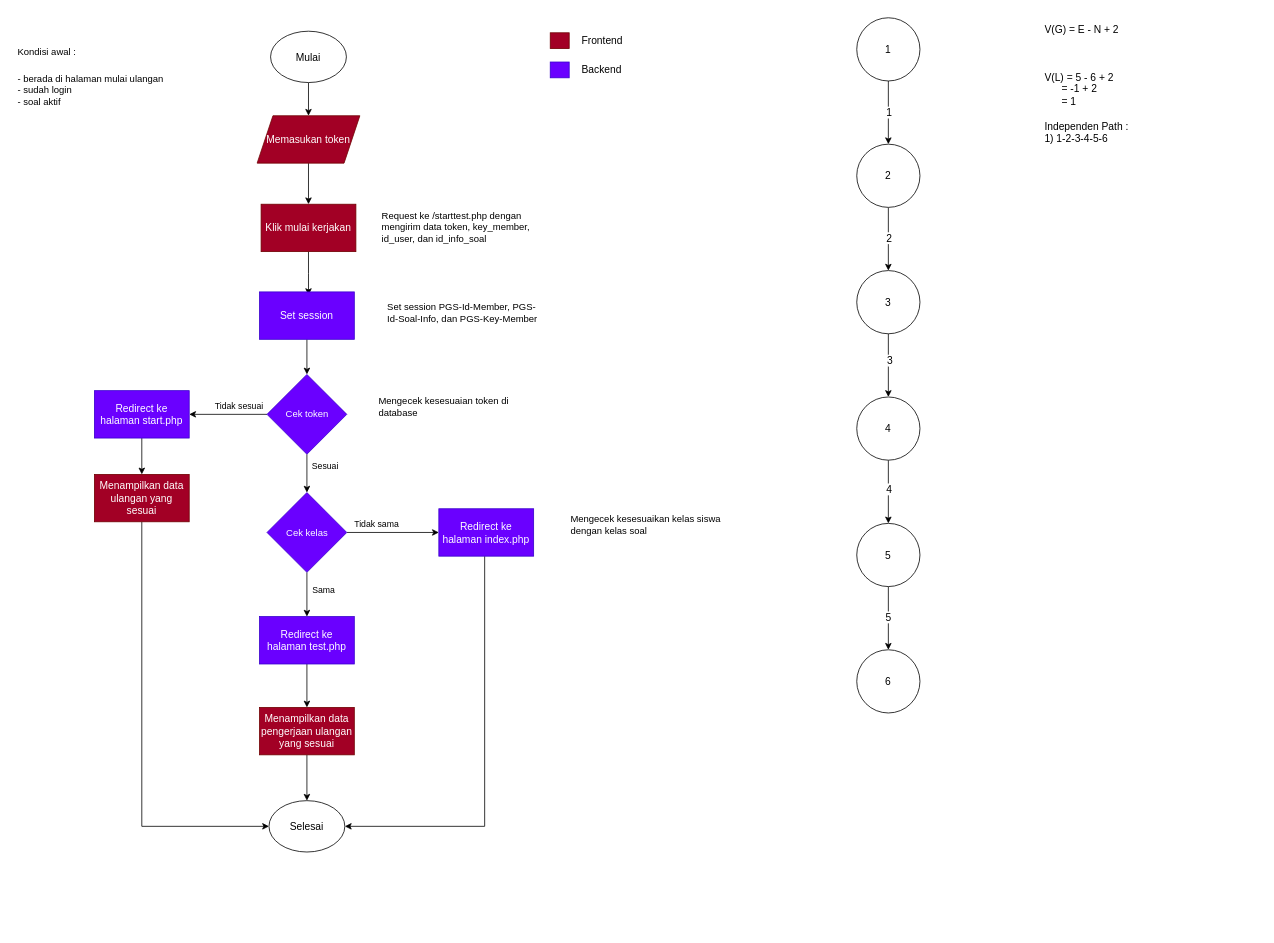
Earlier version of the draw.io diagram flowgraph/flowgraph-mulai-ulangan/flowgraph-mulai-ulangan.drawio (LRamdhan/white-box-testing-web-ulangan). Source tidied: cells renumbered, new cells numbered last; positions are measured from the earlier drawing's top-left corner, leaving out a move shared by most shapes. Both pictures are drawn from the tidied source at 79%, with x=0, y=0 at pixel (13, 17).
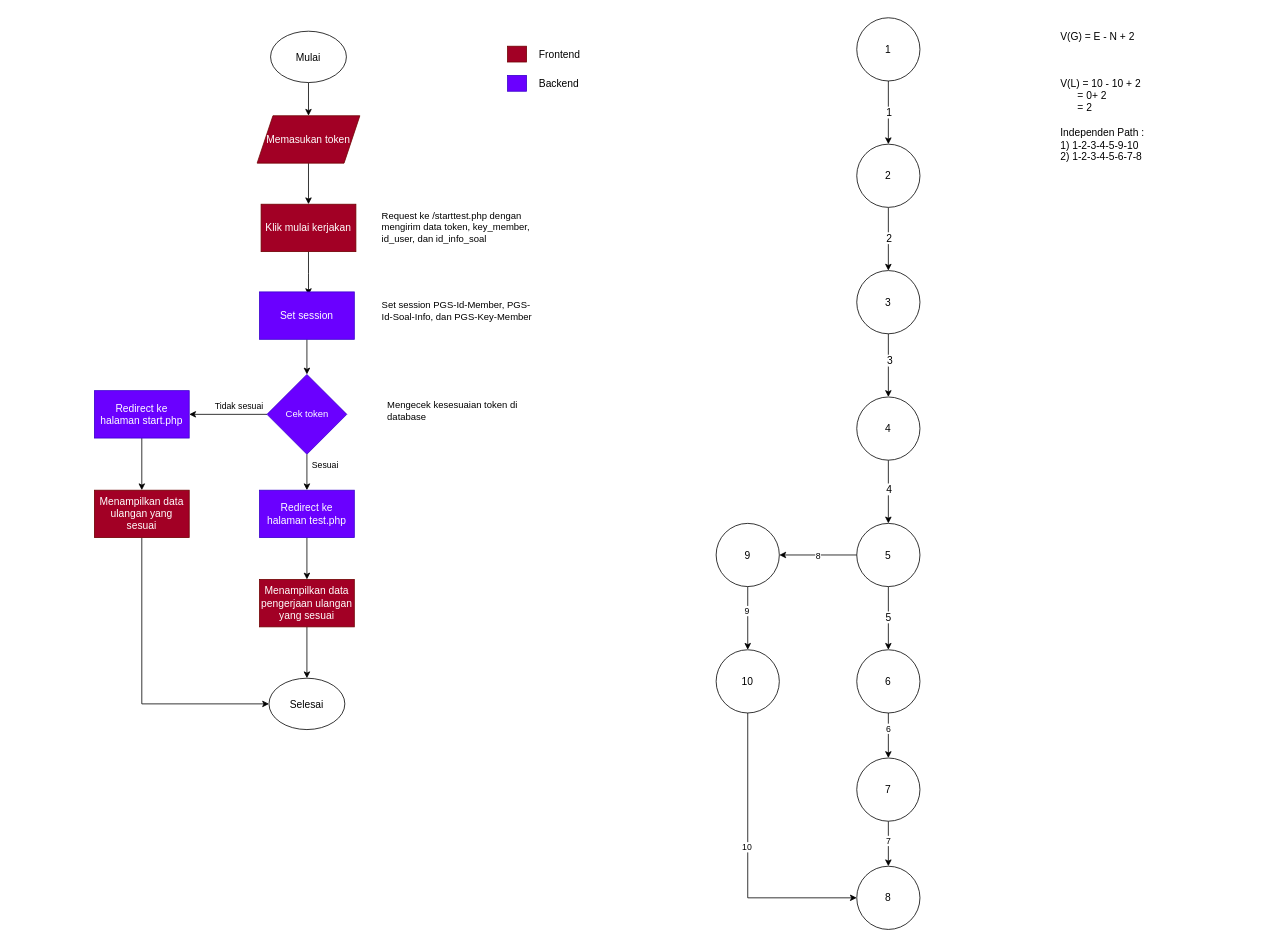
The same page after the edit.

Unchanged cells that the change refers to:
```xml
<mxCell id="29" value="5" style="ellipse;whiteSpace=wrap;html=1;fontSize=13;" parent="1" vertex="1">
  <mxGeometry x="1067" y="640" width="80" height="80" as="geometry" />
</mxCell>
<mxCell id="30" value="6" style="ellipse;whiteSpace=wrap;html=1;fontSize=13;" parent="1" vertex="1">
  <mxGeometry x="1067" y="800" width="80" height="80" as="geometry" />
</mxCell>
<mxCell id="41" value="Cek token" style="rhombus;whiteSpace=wrap;html=1;fillColor=#6a00ff;fontColor=#ffffff;strokeColor=#3700CC;" parent="1" vertex="1">
  <mxGeometry x="320.5" y="451.5" width="101" height="101" as="geometry" />
</mxCell>
```

What changed in the source:
```diff
@@
     <mxCell id="6" value="Selesai" style="ellipse;whiteSpace=wrap;html=1;fontSize=13;" parent="1" vertex="1">
-      <mxGeometry x="323" y="991" width="96" height="65" as="geometry" />
+      <mxGeometry x="323" y="836" width="96" height="65" as="geometry" />
     </mxCell>
@@
-    <mxCell id="9" value="&lt;h3 style=&quot;font-size: 13px;&quot;&gt;&lt;span style=&quot;font-weight: 400; font-size: 13px;&quot;&gt;&lt;font style=&quot;font-size: 13px;&quot;&gt;V(G) = E - N + 2&lt;/font&gt;&lt;/span&gt;&lt;/h3&gt;&lt;div style=&quot;font-size: 13px;&quot;&gt;&lt;span style=&quot;font-weight: 400; font-size: 13px;&quot;&gt;&lt;font style=&quot;font-size: 13px;&quot;&gt;&lt;br style=&quot;font-size: 13px;&quot;&gt;&lt;/font&gt;&lt;/span&gt;&lt;/div&gt;&lt;div style=&quot;font-size: 13px;&quot;&gt;&lt;span style=&quot;font-weight: 400; font-size: 13px;&quot;&gt;&lt;font style=&quot;font-size: 13px;&quot;&gt;&lt;br style=&quot;font-size: 13px;&quot;&gt;&lt;/font&gt;&lt;/span&gt;&lt;/div&gt;&lt;div style=&quot;font-size: 13px;&quot;&gt;&lt;span style=&quot;font-weight: 400; font-size: 13px;&quot;&gt;&lt;font style=&quot;font-size: 13px;&quot;&gt;V(L) = 5 - 6 + 2&lt;/font&gt;&lt;/span&gt;&lt;/div&gt;&lt;div style=&quot;font-size: 13px;&quot;&gt;&lt;span style=&quot;font-weight: 400; font-size: 13px;&quot;&gt;&lt;font style=&quot;font-size: 13px;&quot;&gt;&amp;nbsp;&amp;nbsp;&lt;span style=&quot;font-size: 13px;&quot;&gt;&lt;span style=&quot;white-space: pre; font-size: 13px;&quot;&gt;&amp;nbsp;&amp;nbsp;&amp;nbsp;&amp;nbsp;&lt;/span&gt;&lt;/span&gt;= -1 + 2&lt;/font&gt;&lt;/span&gt;&lt;/div&gt;&lt;div style=&quot;font-size: 13px;&quot;&gt;&lt;span style=&quot;font-weight: 400; font-size: 13px;&quot;&gt;&lt;font style=&quot;font-size: 13px;&quot;&gt;&lt;span style=&quot;font-size: 13px;&quot;&gt;&lt;span style=&quot;white-space: pre; font-size: 13px;&quot;&gt;&amp;nbsp;&amp;nbsp;&amp;nbsp;&amp;nbsp;  &lt;/span&gt;&lt;/span&gt;= 1&lt;br style=&quot;font-size: 13px;&quot;&gt;&lt;/font&gt;&lt;/span&gt;&lt;/div&gt;&lt;div style=&quot;font-size: 13px;&quot;&gt;&lt;span style=&quot;font-weight: 400; font-size: 13px;&quot;&gt;&lt;font style=&quot;font-size: 13px;&quot;&gt;&lt;br style=&quot;font-size: 13px;&quot;&gt;&lt;/font&gt;&lt;/span&gt;&lt;/div&gt;&lt;div style=&quot;font-size: 13px;&quot;&gt;&lt;font style=&quot;font-size: 13px;&quot;&gt;Independen Path :&lt;br style=&quot;font-size: 13px;&quot;&gt;&lt;/font&gt;&lt;div style=&quot;font-size: 13px;&quot;&gt;&lt;font style=&quot;font-size: 13px;&quot;&gt;1) 1-2-3-4-5-6&lt;/font&gt;&lt;/div&gt;&lt;/div&gt;" style="text;html=1;strokeColor=none;fillColor=none;spacing=5;spacingTop=-20;whiteSpace=wrap;overflow=hidden;rounded=0;fontSize=13;" parent="1" vertex="1">
-      <mxGeometry x="1300" y="5" width="258" height="299" as="geometry" />
+    <mxCell id="9" value="&lt;h3 style=&quot;font-size: 13px;&quot;&gt;&lt;span style=&quot;font-weight: 400; font-size: 13px;&quot;&gt;&lt;font style=&quot;font-size: 13px;&quot;&gt;V(G) = E - N + 2&lt;/font&gt;&lt;/span&gt;&lt;/h3&gt;&lt;div style=&quot;font-size: 13px;&quot;&gt;&lt;span style=&quot;font-weight: 400; font-size: 13px;&quot;&gt;&lt;font style=&quot;font-size: 13px;&quot;&gt;&lt;br style=&quot;font-size: 13px;&quot;&gt;&lt;/font&gt;&lt;/span&gt;&lt;/div&gt;&lt;div style=&quot;font-size: 13px;&quot;&gt;&lt;span style=&quot;font-weight: 400; font-size: 13px;&quot;&gt;&lt;font style=&quot;font-size: 13px;&quot;&gt;&lt;br style=&quot;font-size: 13px;&quot;&gt;&lt;/font&gt;&lt;/span&gt;&lt;/div&gt;&lt;div style=&quot;font-size: 13px;&quot;&gt;&lt;span style=&quot;font-weight: 400; font-size: 13px;&quot;&gt;&lt;font style=&quot;font-size: 13px;&quot;&gt;V(L) = 10 - 10 + 2&lt;/font&gt;&lt;/span&gt;&lt;/div&gt;&lt;div style=&quot;font-size: 13px;&quot;&gt;&lt;span style=&quot;font-weight: 400; font-size: 13px;&quot;&gt;&lt;font style=&quot;font-size: 13px;&quot;&gt;&amp;nbsp;&amp;nbsp;&lt;span style=&quot;font-size: 13px;&quot;&gt;&lt;span style=&quot;white-space: pre; font-size: 13px;&quot;&gt;&amp;nbsp;&amp;nbsp;&amp;nbsp;&amp;nbsp;&lt;/span&gt;&lt;/span&gt;= 0+ 2&lt;/font&gt;&lt;/span&gt;&lt;/div&gt;&lt;div style=&quot;font-size: 13px;&quot;&gt;&lt;span style=&quot;font-weight: 400; font-size: 13px;&quot;&gt;&lt;font style=&quot;font-size: 13px;&quot;&gt;&lt;span style=&quot;font-size: 13px;&quot;&gt;&lt;span style=&quot;white-space: pre; font-size: 13px;&quot;&gt;&amp;nbsp;&amp;nbsp;&amp;nbsp;&amp;nbsp;  &lt;/span&gt;&lt;/span&gt;= 2&lt;br style=&quot;font-size: 13px;&quot;&gt;&lt;/font&gt;&lt;/span&gt;&lt;/div&gt;&lt;div style=&quot;font-size: 13px;&quot;&gt;&lt;span style=&quot;font-weight: 400; font-size: 13px;&quot;&gt;&lt;font style=&quot;font-size: 13px;&quot;&gt;&lt;br style=&quot;font-size: 13px;&quot;&gt;&lt;/font&gt;&lt;/span&gt;&lt;/div&gt;&lt;div style=&quot;font-size: 13px;&quot;&gt;&lt;font style=&quot;font-size: 13px;&quot;&gt;Independen Path :&lt;br style=&quot;font-size: 13px;&quot;&gt;&lt;/font&gt;&lt;div style=&quot;font-size: 13px;&quot;&gt;&lt;font style=&quot;font-size: 13px;&quot;&gt;1) 1-2-3-4-5-9-10&lt;/font&gt;&lt;/div&gt;&lt;div style=&quot;font-size: 13px;&quot;&gt;&lt;font style=&quot;font-size: 13px;&quot;&gt;2) 1-2-3-4-5-6-7-8&lt;/font&gt;&lt;/div&gt;&lt;/div&gt;" style="text;html=1;strokeColor=none;fillColor=none;spacing=5;spacingTop=-20;whiteSpace=wrap;overflow=hidden;rounded=0;fontSize=13;" parent="1" vertex="1">
+      <mxGeometry x="1320" y="13" width="258" height="299" as="geometry" />
     </mxCell>
     <mxCell id="10" style="group;fontSize=13;" parent="1" vertex="1">
-      <mxGeometry x="679" y="14" width="98" height="67" as="geometry" />
+      <mxGeometry x="625" y="31" width="98" height="67" as="geometry" />
     </mxCell>
@@
+    <mxCell id="59" style="edgeStyle=orthogonalEdgeStyle;rounded=0;jettySize=auto;html=1;entryX=1;entryY=0.5;entryDx=0;entryDy=0;" parent="1" edge="1" source="29" target="69">
+      <mxGeometry relative="1" as="geometry" />
+    </mxCell>
+    <mxCell id="60" value="8" style="edgeLabel;html=1;align=center;verticalAlign=middle;" parent="59" vertex="1">
+      <mxGeometry x="0.03" y="1" relative="1" as="geometry" />
+    </mxCell>
@@
+    <mxCell id="61" style="edgeStyle=orthogonalEdgeStyle;rounded=0;jettySize=auto;html=1;entryX=0.5;entryY=0;entryDx=0;entryDy=0;" parent="1" edge="1" source="30" target="65">
+      <mxGeometry relative="1" as="geometry" />
+    </mxCell>
+    <mxCell id="62" value="6" style="edgeLabel;html=1;align=center;verticalAlign=middle;" parent="61" vertex="1">
+      <mxGeometry x="-0.35" y="-1" relative="1" as="geometry" />
+    </mxCell>
@@
-    <mxCell id="33" value="&lt;h1&gt;&lt;span style=&quot;font-size: 12px; font-weight: 400;&quot;&gt;Kondisi awal :&lt;/span&gt;&lt;/h1&gt;&lt;div&gt;&lt;span style=&quot;font-size: 12px; font-weight: 400;&quot;&gt;- berada di halaman mulai ulangan&lt;/span&gt;&lt;/div&gt;&lt;div&gt;&lt;span style=&quot;font-size: 12px; font-weight: 400;&quot;&gt;- sudah login&lt;/span&gt;&lt;/div&gt;&lt;div&gt;&lt;span style=&quot;font-size: 12px; font-weight: 400;&quot;&gt;- soal aktif&lt;/span&gt;&lt;/div&gt;" style="text;html=1;strokeColor=none;fillColor=none;spacing=5;spacingTop=-20;whiteSpace=wrap;overflow=hidden;rounded=0;" parent="1" vertex="1">
-      <mxGeometry y="20" width="205" height="109" as="geometry" />
-    </mxCell>
@@
     <mxCell id="36" value="Set session PGS-Id-Member, PGS-Id-Soal-Info, dan PGS-Key-Member" style="text;html=1;strokeColor=none;fillColor=none;spacing=0;spacingTop=-20;overflow=hidden;rounded=0;whiteSpace=wrap;labelPosition=center;verticalLabelPosition=middle;align=left;verticalAlign=middle;horizontal=1;" parent="1" vertex="1">
-      <mxGeometry x="473" y="338" width="190" height="90" as="geometry" />
+      <mxGeometry x="466" y="336" width="190" height="90" as="geometry" />
     </mxCell>
@@
-    <mxCell id="39" style="edgeStyle=orthogonalEdgeStyle;rounded=0;jettySize=auto;html=1;entryX=0.5;entryY=0;entryDx=0;entryDy=0;" parent="1" edge="1" source="41" target="51">
+    <mxCell id="39" style="edgeStyle=orthogonalEdgeStyle;rounded=0;jettySize=auto;html=1;entryX=0.5;entryY=0;entryDx=0;entryDy=0;" parent="1" edge="1" source="41" target="56">
       <mxGeometry relative="1" as="geometry" />
     </mxCell>
@@
     <mxCell id="42" value="Mengecek kesesuaian token di database" style="text;html=1;strokeColor=none;fillColor=none;spacing=0;spacingTop=-20;overflow=hidden;rounded=0;whiteSpace=wrap;labelPosition=center;verticalLabelPosition=middle;align=left;verticalAlign=middle;horizontal=1;" parent="1" vertex="1">
-      <mxGeometry x="462" y="457" width="190" height="90" as="geometry" />
+      <mxGeometry x="473" y="462.5" width="190" height="90" as="geometry" />
     </mxCell>
@@
     <mxCell id="46" value="Menampilkan data ulangan yang sesuai" style="rounded=0;whiteSpace=wrap;html=1;fillColor=#a20025;fontColor=#ffffff;strokeColor=#6F0000;fontSize=13;" parent="1" vertex="1">
-      <mxGeometry x="102" y="578" width="120" height="60" as="geometry" />
+      <mxGeometry x="102" y="598" width="120" height="60" as="geometry" />
     </mxCell>
-    <mxCell id="47" style="edgeStyle=orthogonalEdgeStyle;rounded=0;jettySize=auto;html=1;" parent="1" edge="1" source="51" target="56">
-      <mxGeometry relative="1" as="geometry" />
-    </mxCell>
-    <mxCell id="48" value="Sama" style="edgeLabel;html=1;align=center;verticalAlign=middle;" parent="47" vertex="1">
-      <mxGeometry x="-0.3" y="1" relative="1" as="geometry">
-        <mxPoint x="19" y="1" as="offset" />
-      </mxGeometry>
-    </mxCell>
-    <mxCell id="49" style="edgeStyle=orthogonalEdgeStyle;rounded=0;jettySize=auto;html=1;entryX=0;entryY=0.5;entryDx=0;entryDy=0;" parent="1" edge="1" source="51" target="54">
-      <mxGeometry relative="1" as="geometry" />
-    </mxCell>
-    <mxCell id="50" value="Tidak sama" style="edgeLabel;html=1;align=center;verticalAlign=middle;" parent="49" vertex="1">
-      <mxGeometry x="-0.41" y="3" relative="1" as="geometry">
-        <mxPoint x="3" y="-8" as="offset" />
-      </mxGeometry>
-    </mxCell>
-    <mxCell id="51" value="Cek kelas" style="rhombus;whiteSpace=wrap;html=1;fillColor=#6a00ff;fontColor=#ffffff;strokeColor=#3700CC;" parent="1" vertex="1">
-      <mxGeometry x="320.5" y="601" width="101" height="101" as="geometry" />
-    </mxCell>
-    <mxCell id="52" value="Mengecek kesesuaikan kelas siswa dengan kelas soal" style="text;html=1;strokeColor=none;fillColor=none;spacing=0;spacingTop=-20;overflow=hidden;rounded=0;whiteSpace=wrap;labelPosition=center;verticalLabelPosition=middle;align=left;verticalAlign=middle;horizontal=1;" parent="1" vertex="1">
-      <mxGeometry x="705" y="606.5" width="190" height="90" as="geometry" />
-    </mxCell>
-    <mxCell id="53" style="edgeStyle=orthogonalEdgeStyle;rounded=0;jettySize=auto;html=1;entryX=1;entryY=0.5;entryDx=0;entryDy=0;" parent="1" edge="1" source="54" target="6">
-      <mxGeometry relative="1" as="geometry">
-        <Array as="points">
-          <mxPoint x="596" y="1024" />
-        </Array>
-      </mxGeometry>
-    </mxCell>
-    <mxCell id="54" value="Redirect ke halaman index.php" style="rounded=0;whiteSpace=wrap;html=1;fillColor=#6a00ff;fontColor=#ffffff;strokeColor=#3700CC;fontSize=13;" parent="1" vertex="1">
-      <mxGeometry x="538" y="621.5" width="120" height="60" as="geometry" />
-    </mxCell>
@@
     <mxCell id="56" value="Redirect ke halaman test.php" style="rounded=0;whiteSpace=wrap;html=1;fillColor=#6a00ff;fontColor=#ffffff;strokeColor=#3700CC;fontSize=13;" parent="1" vertex="1">
-      <mxGeometry x="311" y="758" width="120" height="60" as="geometry" />
+      <mxGeometry x="311" y="598" width="120" height="60" as="geometry" />
     </mxCell>
@@
     <mxCell id="58" value="Menampilkan data pengerjaan ulangan yang sesuai" style="rounded=0;whiteSpace=wrap;html=1;fillColor=#a20025;fontColor=#ffffff;strokeColor=#6F0000;fontSize=13;" parent="1" vertex="1">
-      <mxGeometry x="311" y="873" width="120" height="60" as="geometry" />
+      <mxGeometry x="311" y="711" width="120" height="60" as="geometry" />
     </mxCell>
+    <mxCell id="63" style="edgeStyle=orthogonalEdgeStyle;rounded=0;jettySize=auto;html=1;entryX=0.5;entryY=0;entryDx=0;entryDy=0;" parent="1" edge="1" source="65" target="66">
+      <mxGeometry relative="1" as="geometry" />
+    </mxCell>
+    <mxCell id="64" value="7" style="edgeLabel;html=1;align=center;verticalAlign=middle;" parent="63" vertex="1">
+      <mxGeometry x="-0.17" y="-1" relative="1" as="geometry" />
+    </mxCell>
+    <mxCell id="65" value="7" style="ellipse;whiteSpace=wrap;html=1;fontSize=13;" parent="1" vertex="1">
+      <mxGeometry x="1067" y="937" width="80" height="80" as="geometry" />
+    </mxCell>
+    <mxCell id="66" value="8" style="ellipse;whiteSpace=wrap;html=1;fontSize=13;" parent="1" vertex="1">
+      <mxGeometry x="1067" y="1074" width="80" height="80" as="geometry" />
+    </mxCell>
+    <mxCell id="67" style="edgeStyle=orthogonalEdgeStyle;rounded=0;jettySize=auto;html=1;entryX=0.5;entryY=0;entryDx=0;entryDy=0;" parent="1" edge="1" source="69" target="72">
+      <mxGeometry relative="1" as="geometry" />
+    </mxCell>
+    <mxCell id="68" value="9" style="edgeLabel;html=1;align=center;verticalAlign=middle;" parent="67" vertex="1">
+      <mxGeometry x="-0.25" y="-2" relative="1" as="geometry" />
+    </mxCell>
+    <mxCell id="69" value="9" style="ellipse;whiteSpace=wrap;html=1;fontSize=13;" parent="1" vertex="1">
+      <mxGeometry x="889" y="640" width="80" height="80" as="geometry" />
+    </mxCell>
+    <mxCell id="70" style="edgeStyle=orthogonalEdgeStyle;rounded=0;jettySize=auto;html=1;entryX=0;entryY=0.5;entryDx=0;entryDy=0;" parent="1" edge="1" source="72" target="66">
+      <mxGeometry relative="1" as="geometry">
+        <Array as="points">
+          <mxPoint x="929" y="1114" />
+        </Array>
+      </mxGeometry>
+    </mxCell>
+    <mxCell id="71" value="10" style="edgeLabel;html=1;align=center;verticalAlign=middle;" parent="70" vertex="1">
+      <mxGeometry x="-0.09" y="-2" relative="1" as="geometry" />
+    </mxCell>
+    <mxCell id="72" value="10" style="ellipse;whiteSpace=wrap;html=1;fontSize=13;" parent="1" vertex="1">
+      <mxGeometry x="889" y="800" width="80" height="80" as="geometry" />
+    </mxCell>
```
